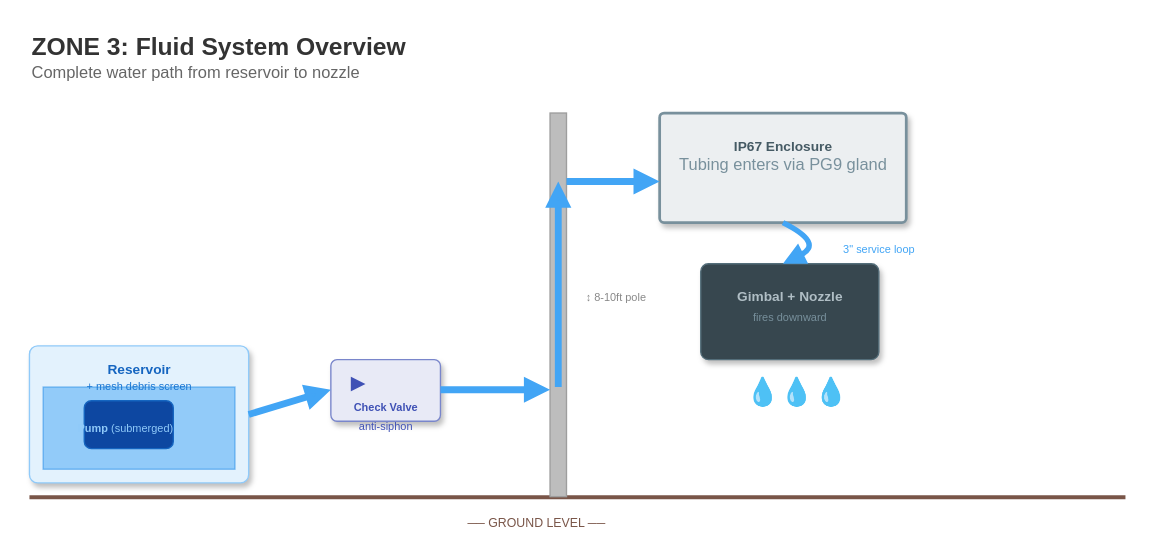
main-salman/dropMosquitoes keeps this draw.io diagram as diagrams/zone3_fluid.drawio. Above is the earlier version. Source tidied: cells renumbered, new cells numbered last; positions are measured from the earlier drawing's top-left corner, leaving out a move shared by most shapes. Both pictures are drawn from the tidied source at 137%, with x=0, y=0 at pixel (29, 23).
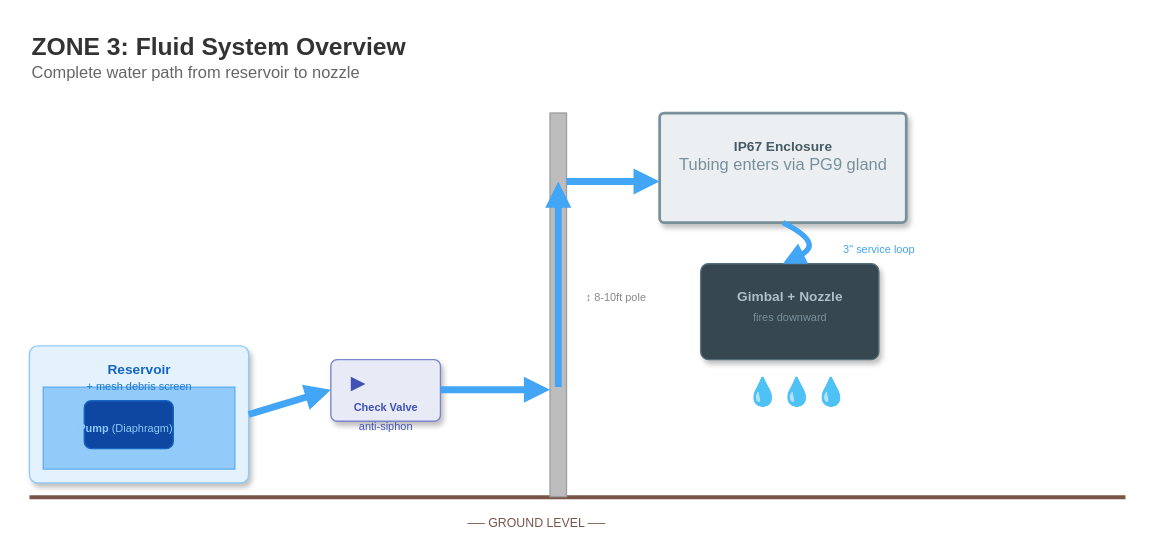
The same page after the edit.

Commit message (it also covers changes not shown here):
[DIAGRAM] Sync drawio texts to diaphragm pump architecture

- Replaced references to submerged pump in wire_08 and zone3 diagrams
- Ensured drawio XML definitions align with new hardware specs

The edit, as a diff of the source:
```diff
@@
-    <mxCell id="8" value="&lt;span style='color:#90CAF9;font-size:8px'&gt;&lt;b&gt;Pump&lt;/b&gt; (submerged)&lt;/span&gt;" style="text;html=1;align=center;" parent="1" vertex="1">
+    <mxCell id="8" value="&lt;span style='color:#90CAF9;font-size:8px'&gt;&lt;b&gt;Pump&lt;/b&gt; (Diaphragm)&lt;/span&gt;" style="text;html=1;align=center;" parent="1" vertex="1">
       <mxGeometry x="25" y="280" width="90" height="14" as="geometry" />
     </mxCell>
```
